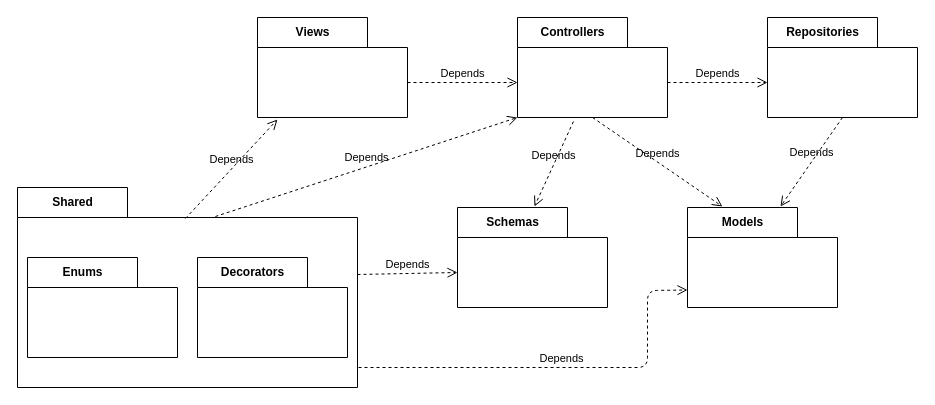
marcpop1/SE-Project keeps this draw.io diagram as Documentation/Finished/Package Diagrams/package-diagram.server.drawio. Above is the earlier version. Source tidied: cells renumbered, new cells numbered last; positions are measured from the earlier drawing's top-left corner, leaving out a move shared by most shapes. Both pictures are drawn from the tidied source at 100%, with x=0, y=0 at pixel (17, 17).
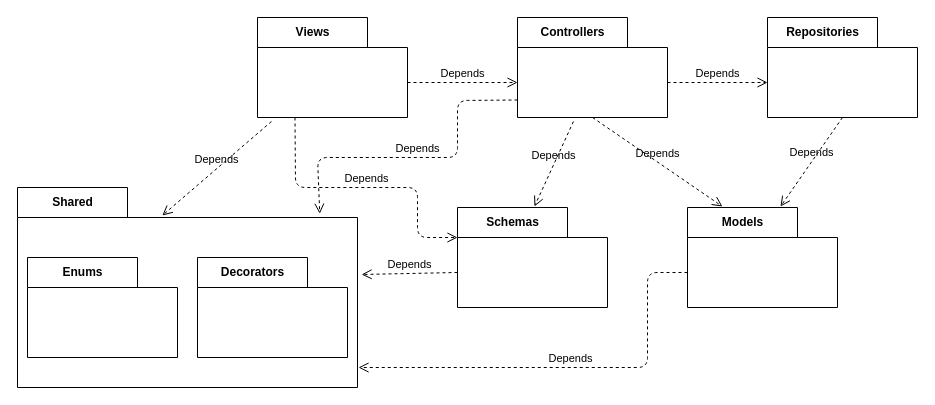
The same diagram, later.

The change refers to these unchanged cells:
```xml
<mxCell id="2" value="Views" style="shape=folder;fontStyle=1;tabWidth=110;tabHeight=30;tabPosition=left;html=1;boundedLbl=1;labelInHeader=1;" parent="1" vertex="1">
  <mxGeometry x="240" width="150" height="100" as="geometry" />
</mxCell>
<mxCell id="4" value="Controllers" style="shape=folder;fontStyle=1;tabWidth=110;tabHeight=30;tabPosition=left;html=1;boundedLbl=1;labelInHeader=1;" parent="1" vertex="1">
  <mxGeometry x="500" width="150" height="100" as="geometry" />
</mxCell>
<mxCell id="6" value="Schemas" style="shape=folder;fontStyle=1;tabWidth=110;tabHeight=30;tabPosition=left;html=1;boundedLbl=1;labelInHeader=1;" parent="1" vertex="1">
  <mxGeometry x="440" y="190" width="150" height="100" as="geometry" />
</mxCell>
<mxCell id="8" value="Models" style="shape=folder;fontStyle=1;tabWidth=110;tabHeight=30;tabPosition=left;html=1;boundedLbl=1;labelInHeader=1;" parent="1" vertex="1">
  <mxGeometry x="670" y="190" width="150" height="100" as="geometry" />
</mxCell>
<mxCell id="17" value="Shared" style="shape=folder;fontStyle=1;tabWidth=110;tabHeight=30;tabPosition=left;html=1;boundedLbl=1;labelInHeader=1;" parent="1" vertex="1">
  <mxGeometry y="170" width="340" height="200" as="geometry" />
</mxCell>
```

What changed in the source:
```diff
@@
-    <mxCell id="23" value="Depends" style="endArrow=open;startArrow=none;endFill=0;startFill=0;endSize=8;html=1;verticalAlign=bottom;dashed=1;labelBackgroundColor=none;exitX=0.494;exitY=0.155;exitDx=0;exitDy=0;exitPerimeter=0;entryX=0.133;entryY=1.02;entryDx=0;entryDy=0;entryPerimeter=0;" parent="1" edge="1" source="17" target="2">
+    <mxCell id="23" value="Depends" style="endArrow=open;startArrow=none;endFill=0;startFill=0;endSize=8;html=1;verticalAlign=bottom;dashed=1;labelBackgroundColor=none;exitX=0.093;exitY=1.04;exitDx=0;exitDy=0;exitPerimeter=0;entryX=0.426;entryY=0.14;entryDx=0;entryDy=0;entryPerimeter=0;" parent="1" edge="1" source="2" target="17">
       <mxGeometry relative="1" as="geometry" />
     </mxCell>
-    <mxCell id="24" value="Depends" style="endArrow=open;startArrow=none;endFill=0;startFill=0;endSize=8;html=1;verticalAlign=bottom;dashed=1;labelBackgroundColor=none;exitX=0.582;exitY=0.145;exitDx=0;exitDy=0;exitPerimeter=0;entryX=0;entryY=0;entryDx=0;entryDy=100;entryPerimeter=0;" parent="1" edge="1" source="17" target="4">
-      <mxGeometry relative="1" as="geometry" />
+    <mxCell id="24" value="Depends" style="endArrow=open;startArrow=none;endFill=0;startFill=0;endSize=8;html=1;verticalAlign=bottom;dashed=1;labelBackgroundColor=none;exitX=0;exitY=0;exitDx=0;exitDy=82.5;exitPerimeter=0;entryX=0.889;entryY=0.131;entryDx=0;entryDy=0;entryPerimeter=0;" parent="1" edge="1" source="4" target="17">
+      <mxGeometry relative="1" as="geometry">
+        <Array as="points">
+          <mxPoint x="440" y="83" />
+          <mxPoint x="440" y="140" />
+          <mxPoint x="300" y="140" />
+        </Array>
+      </mxGeometry>
     </mxCell>
-    <mxCell id="25" value="Depends" style="endArrow=open;startArrow=none;endFill=0;startFill=0;endSize=8;html=1;verticalAlign=bottom;dashed=1;labelBackgroundColor=none;entryX=0;entryY=0;entryDx=0;entryDy=82.5;entryPerimeter=0;exitX=1.003;exitY=0.9;exitDx=0;exitDy=0;exitPerimeter=0;" parent="1" edge="1" source="17" target="8">
+    <mxCell id="25" value="Depends" style="endArrow=open;startArrow=none;endFill=0;startFill=0;endSize=8;html=1;verticalAlign=bottom;dashed=1;labelBackgroundColor=none;entryX=1.003;entryY=0.9;entryDx=0;entryDy=0;entryPerimeter=0;exitX=0;exitY=0;exitDx=0;exitDy=65;exitPerimeter=0;" parent="1" edge="1" source="8" target="17">
       <mxGeometry relative="1" as="geometry">
         <Array as="points">
+          <mxPoint x="630" y="255" />
           <mxPoint x="630" y="350" />
-          <mxPoint x="630" y="273" />
         </Array>
       </mxGeometry>
     </mxCell>
-    <mxCell id="26" value="Depends" style="endArrow=open;startArrow=none;endFill=0;startFill=0;endSize=8;html=1;verticalAlign=bottom;dashed=1;labelBackgroundColor=none;entryX=0;entryY=0;entryDx=0;entryDy=65;entryPerimeter=0;exitX=1;exitY=0.435;exitDx=0;exitDy=0;exitPerimeter=0;" parent="1" edge="1" source="17" target="6">
+    <mxCell id="26" value="Depends" style="endArrow=open;startArrow=none;endFill=0;startFill=0;endSize=8;html=1;verticalAlign=bottom;dashed=1;labelBackgroundColor=none;entryX=1.012;entryY=0.435;entryDx=0;entryDy=0;entryPerimeter=0;exitX=0;exitY=0;exitDx=0;exitDy=65;exitPerimeter=0;" parent="1" edge="1" source="6" target="17">
       <mxGeometry relative="1" as="geometry" />
     </mxCell>
+    <mxCell id="27" value="Depends" style="endArrow=open;startArrow=none;endFill=0;startFill=0;endSize=8;html=1;verticalAlign=bottom;dashed=1;labelBackgroundColor=none;exitX=0.25;exitY=1;exitDx=0;exitDy=0;exitPerimeter=0;entryX=0;entryY=0;entryDx=0;entryDy=30;entryPerimeter=0;" parent="1" edge="1" source="2" target="6">
+      <mxGeometry relative="1" as="geometry">
+        <Array as="points">
+          <mxPoint x="278" y="170" />
+          <mxPoint x="400" y="170" />
+          <mxPoint x="400" y="220" />
+        </Array>
+      </mxGeometry>
+    </mxCell>
```
